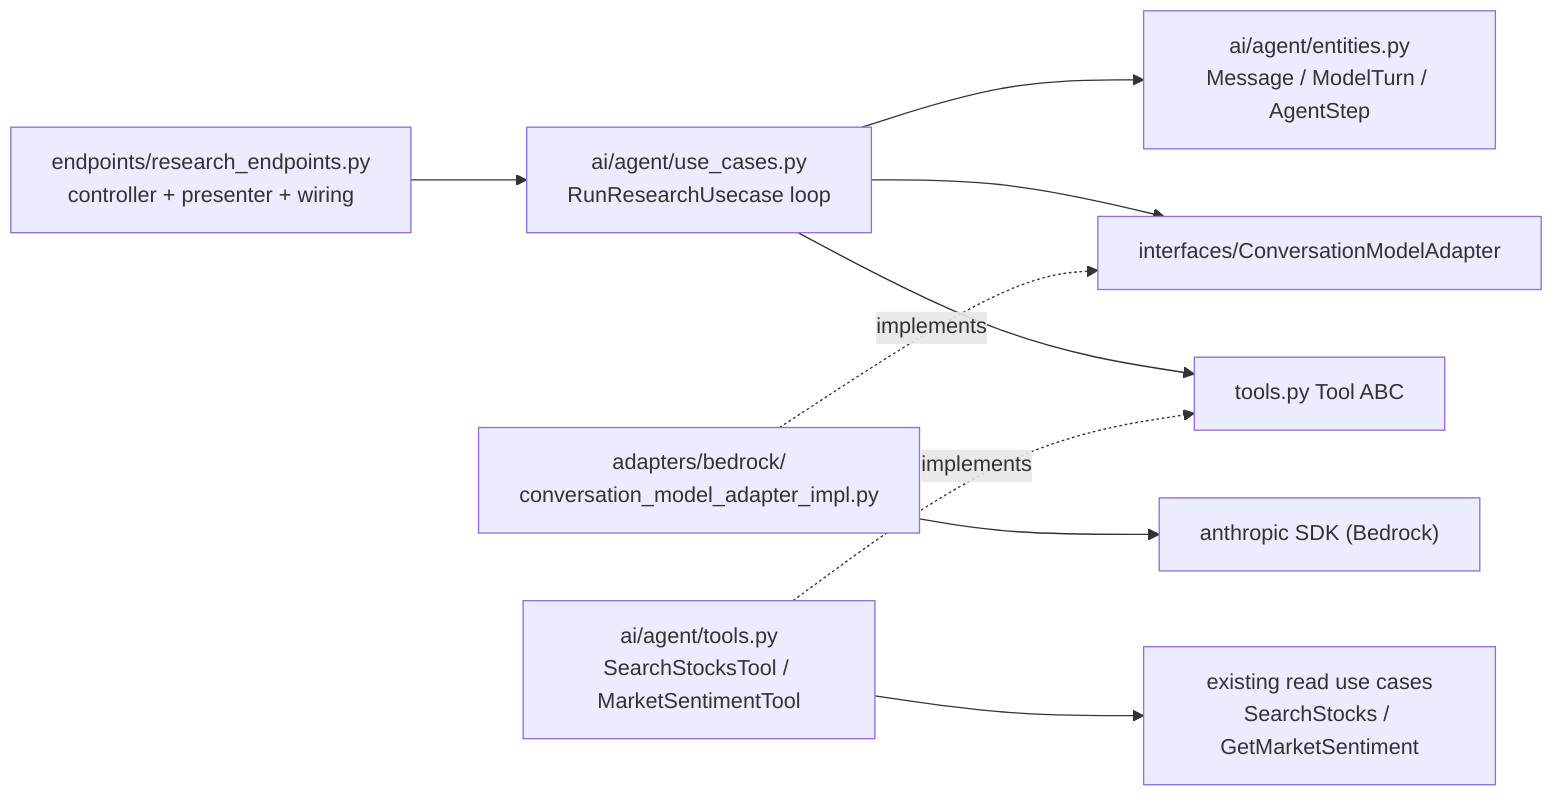
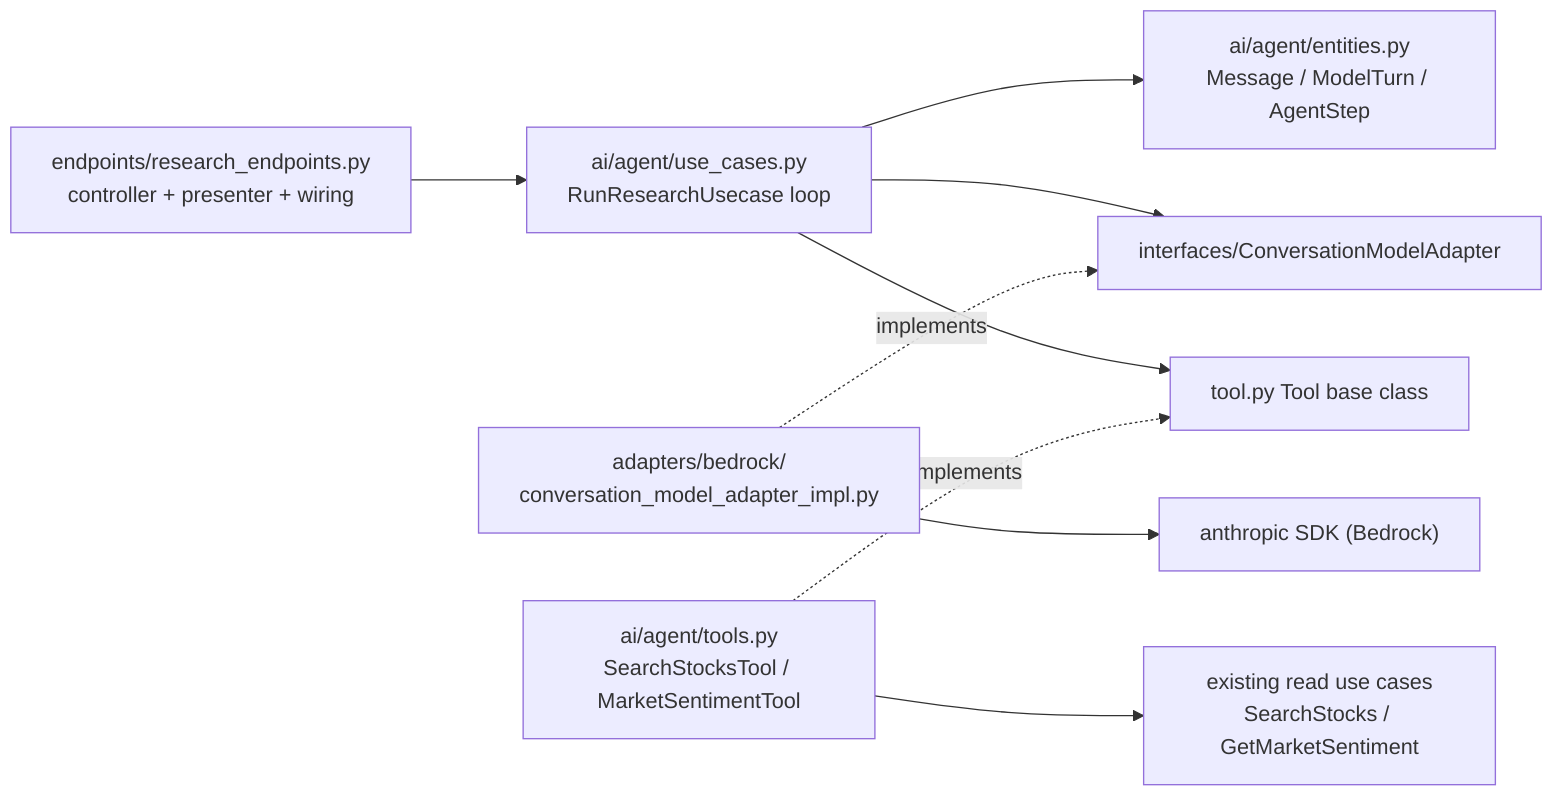
graph LR
    EP["endpoints/research_endpoints.py<br/>controller + presenter + wiring"] --> UC["ai/agent/use_cases.py<br/>RunResearchUsecase loop"]
    UC --> E["ai/agent/entities.py<br/>Message / ModelTurn / AgentStep"]
    UC --> P1["interfaces/ConversationModelAdapter"]
-     UC --> P2["tools.py Tool ABC"]
+     UC --> P2["tool.py Tool base class"]
    AD["adapters/bedrock/<br/>conversation_model_adapter_impl.py"] -. implements .-> P1
    T["ai/agent/tools.py<br/>SearchStocksTool / MarketSentimentTool"] -. implements .-> P2
    T --> UC2["existing read use cases<br/>SearchStocks / GetMarketSentiment"]
    AD --> SDK["anthropic SDK (Bedrock)"]
